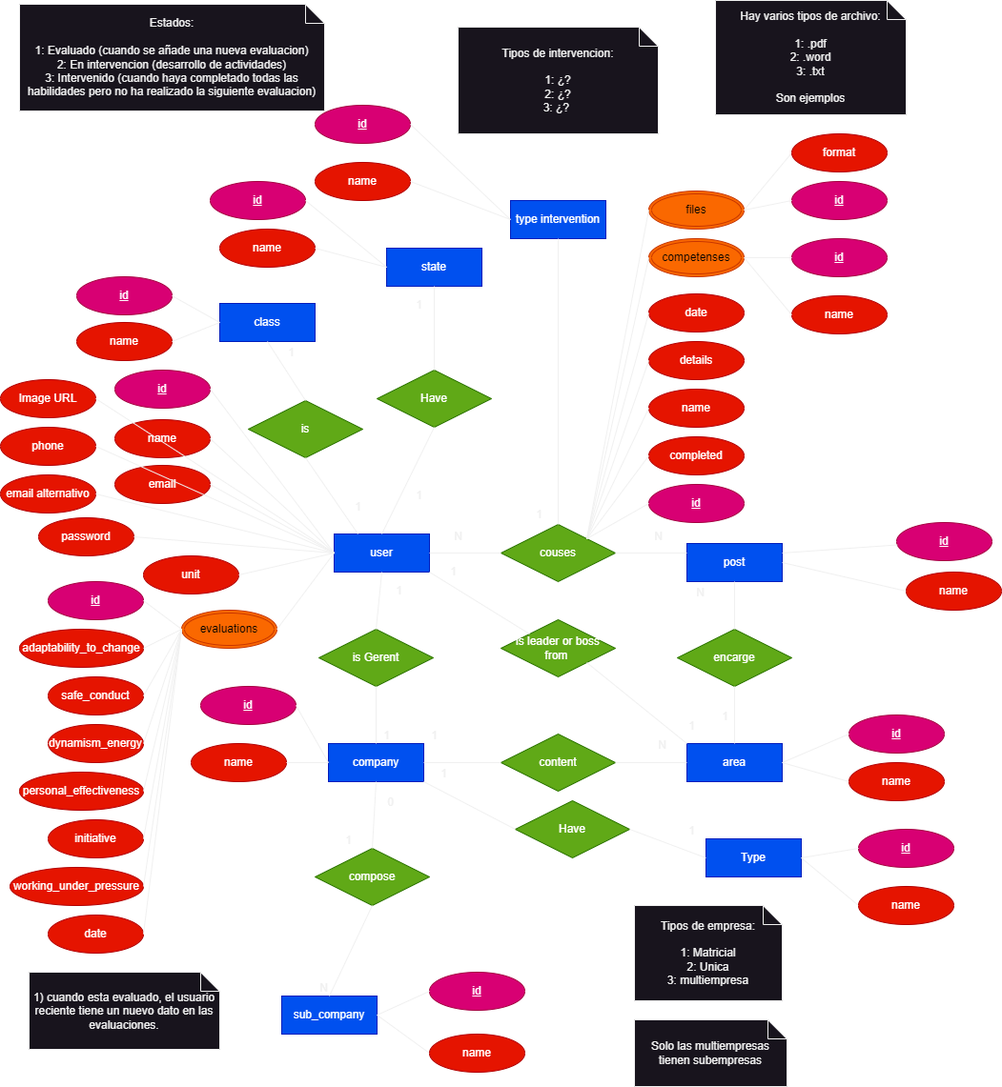
Before: theory/image DB.png, a diagram exported from draw.io (LosTraicionados/LosTraicionados-Backend). Source tidied: cells renumbered, new cells last; positions are measured from the earlier drawing's top-left corner, leaving out a move shared by most shapes.
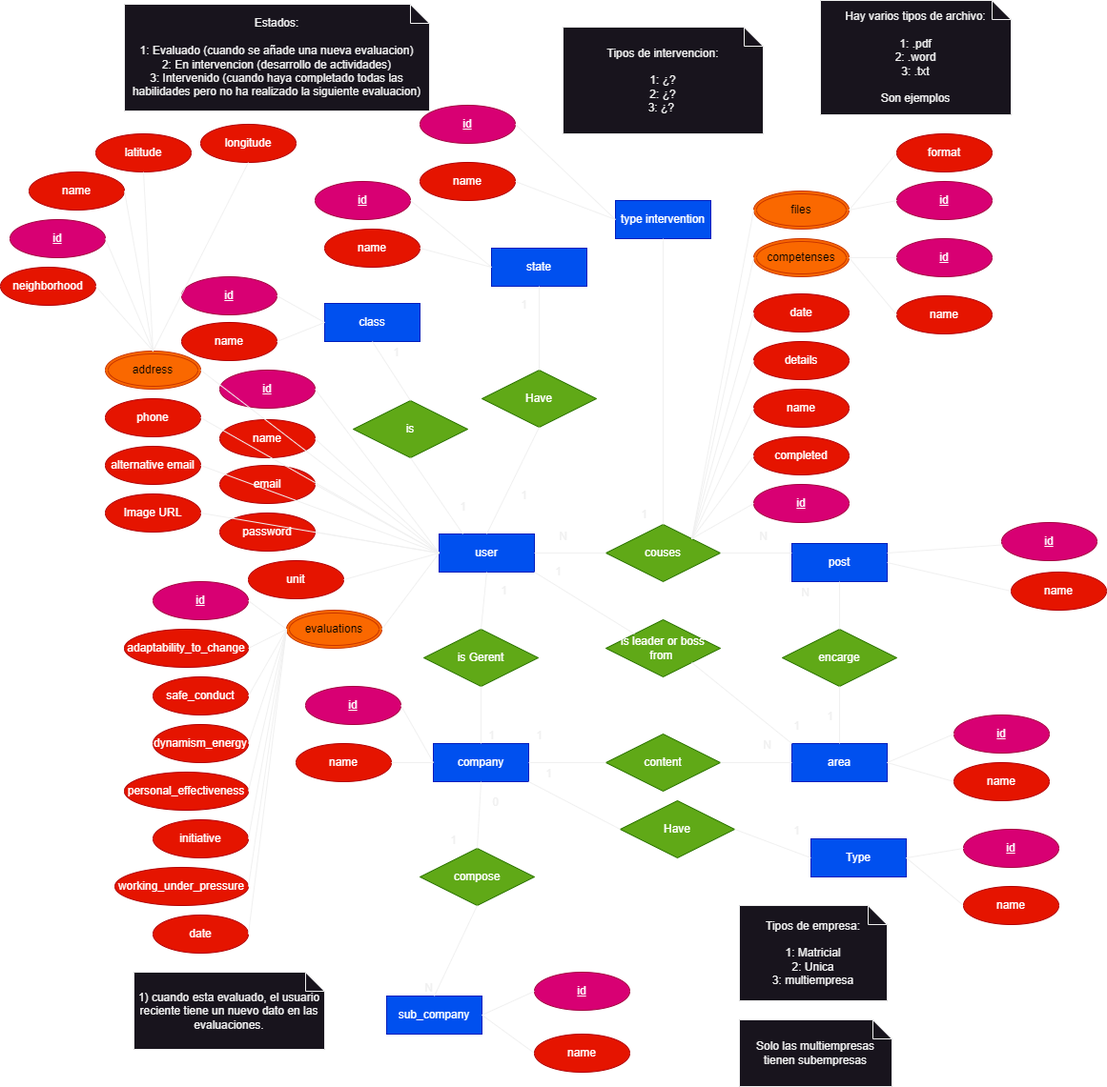
The same file after the commit.

Diff of the diagram source:
```diff
@@ -395,7 +395,7 @@
       <mxGeometry x="120" y="488" width="100" height="40" as="geometry" />
     </mxCell>
     <mxCell id="132" value="password" style="ellipse;whiteSpace=wrap;html=1;align=center;fillColor=#e51400;fontColor=#ffffff;strokeColor=#B20000;fontStyle=0;" parent="1" vertex="1">
-      <mxGeometry x="40" y="543" width="100" height="40" as="geometry" />
+      <mxGeometry x="120" y="538" width="100" height="40" as="geometry" />
     </mxCell>
     <mxCell id="133" style="endArrow=none;html=1;rounded=0;exitX=1;exitY=0.5;exitDx=0;exitDy=0;entryX=0;entryY=0.5;entryDx=0;entryDy=0;" parent="1" edge="1" source="131" target="2">
       <mxGeometry relative="1" as="geometry" />
@@ -404,7 +404,7 @@
       <mxGeometry relative="1" as="geometry" />
     </mxCell>
     <mxCell id="135" value="unit" style="ellipse;whiteSpace=wrap;html=1;align=center;fillColor=#e51400;fontColor=#ffffff;strokeColor=#B20000;fontStyle=0;" parent="1" vertex="1">
-      <mxGeometry x="150" y="583" width="100" height="40" as="geometry" />
+      <mxGeometry x="150" y="588" width="100" height="40" as="geometry" />
     </mxCell>
     <mxCell id="136" style="endArrow=none;html=1;rounded=0;exitX=1;exitY=0.5;exitDx=0;exitDy=0;entryX=0;entryY=0.5;entryDx=0;entryDy=0;" parent="1" edge="1" source="135" target="2">
       <mxGeometry relative="1" as="geometry" />
@@ -441,23 +441,59 @@
     <mxCell id="146" style="endArrow=none;html=1;rounded=0;entryX=0;entryY=0;entryDx=0;entryDy=0;exitX=1;exitY=1;exitDx=0;exitDy=0;" parent="1" edge="1" source="142" target="10">
       <mxGeometry relative="1" as="geometry" />
     </mxCell>
-    <mxCell id="147" value="email alternativo" style="ellipse;whiteSpace=wrap;html=1;align=center;fillColor=#e51400;fontColor=#ffffff;strokeColor=#B20000;fontStyle=0;" parent="1" vertex="1">
-      <mxGeometry y="498" width="100" height="40" as="geometry" />
-    </mxCell>
-    <mxCell id="148" style="endArrow=none;html=1;rounded=0;exitX=1;exitY=0.5;exitDx=0;exitDy=0;entryX=0;entryY=0.5;entryDx=0;entryDy=0;" parent="1" edge="1" source="147" target="2">
-      <mxGeometry relative="1" as="geometry" />
-    </mxCell>
+    <mxCell id="153" value="alternative email" style="ellipse;whiteSpace=wrap;html=1;align=center;fillColor=#e51400;fontColor=#ffffff;strokeColor=#B20000;fontStyle=0;" parent="1" vertex="1">
+      <mxGeometry y="468" width="100" height="40" as="geometry" />
+    </mxCell>
     <mxCell id="149" value="phone" style="ellipse;whiteSpace=wrap;html=1;align=center;fillColor=#e51400;fontColor=#ffffff;strokeColor=#B20000;fontStyle=0;" parent="1" vertex="1">
-      <mxGeometry y="448" width="100" height="40" as="geometry" />
+      <mxGeometry y="418" width="100" height="40" as="geometry" />
     </mxCell>
-    <mxCell id="150" style="endArrow=none;html=1;rounded=0;exitX=1;exitY=0.5;exitDx=0;exitDy=0;entryX=0;entryY=0.5;entryDx=0;entryDy=0;" parent="1" edge="1" source="149" target="2">
-      <mxGeometry relative="1" as="geometry" />
-    </mxCell>
     <mxCell id="151" value="Image URL" style="ellipse;whiteSpace=wrap;html=1;align=center;fillColor=#e51400;fontColor=#ffffff;strokeColor=#B20000;fontStyle=0;" parent="1" vertex="1">
-      <mxGeometry y="398" width="100" height="40" as="geometry" />
+      <mxGeometry y="518" width="100" height="40" as="geometry" />
     </mxCell>
     <mxCell id="152" style="endArrow=none;html=1;rounded=0;exitX=1;exitY=0.5;exitDx=0;exitDy=0;entryX=0;entryY=0.5;entryDx=0;entryDy=0;" parent="1" edge="1" source="151" target="2">
       <mxGeometry relative="1" as="geometry" />
     </mxCell>
+    <mxCell id="154" style="endArrow=none;html=1;rounded=0;exitX=1;exitY=0.5;exitDx=0;exitDy=0;entryX=0;entryY=0.5;entryDx=0;entryDy=0;" parent="1" edge="1" source="153" target="2">
+      <mxGeometry relative="1" as="geometry" />
+    </mxCell>
+    <mxCell id="150" style="endArrow=none;html=1;rounded=0;exitX=1;exitY=0.5;exitDx=0;exitDy=0;entryX=0;entryY=0.5;entryDx=0;entryDy=0;" parent="1" edge="1" source="149" target="2">
+      <mxGeometry relative="1" as="geometry" />
+    </mxCell>
+    <mxCell id="155" value="address" style="ellipse;shape=doubleEllipse;margin=3;whiteSpace=wrap;html=1;align=center;fillColor=#fa6800;fontColor=#000000;strokeColor=#C73500;" parent="1" vertex="1">
+      <mxGeometry y="368" width="100" height="40" as="geometry" />
+    </mxCell>
+    <mxCell id="156" style="endArrow=none;html=1;rounded=0;exitX=1;exitY=0.5;exitDx=0;exitDy=0;entryX=0;entryY=0.5;entryDx=0;entryDy=0;" parent="1" edge="1" source="155" target="2">
+      <mxGeometry relative="1" as="geometry" />
+    </mxCell>
+    <mxCell id="157" value="latitude" style="ellipse;whiteSpace=wrap;html=1;align=center;fillColor=#e51400;fontColor=#ffffff;strokeColor=#B20000;fontStyle=0;" parent="1" vertex="1">
+      <mxGeometry x="-10" y="140" width="100" height="40" as="geometry" />
+    </mxCell>
+    <mxCell id="158" value="longitude" style="ellipse;whiteSpace=wrap;html=1;align=center;fillColor=#e51400;fontColor=#ffffff;strokeColor=#B20000;fontStyle=0;" parent="1" vertex="1">
+      <mxGeometry x="100" y="130" width="100" height="40" as="geometry" />
+    </mxCell>
+    <mxCell id="159" value="name" style="ellipse;whiteSpace=wrap;html=1;align=center;fillColor=#e51400;fontColor=#ffffff;strokeColor=#B20000;fontStyle=0;" parent="1" vertex="1">
+      <mxGeometry x="-80" y="180" width="100" height="40" as="geometry" />
+    </mxCell>
+    <mxCell id="160" value="id" style="ellipse;whiteSpace=wrap;html=1;align=center;fontStyle=4;fillColor=#d80073;fontColor=#ffffff;strokeColor=#A50040;" parent="1" vertex="1">
+      <mxGeometry x="-100" y="230" width="100" height="40" as="geometry" />
+    </mxCell>
+    <mxCell id="161" value="neighborhood" style="ellipse;whiteSpace=wrap;html=1;align=center;fillColor=#e51400;fontColor=#ffffff;strokeColor=#B20000;fontStyle=0;" parent="1" vertex="1">
+      <mxGeometry x="-110" y="280" width="100" height="40" as="geometry" />
+    </mxCell>
+    <mxCell id="162" style="endArrow=none;html=1;rounded=0;entryX=0.5;entryY=1;entryDx=0;entryDy=0;exitX=0.5;exitY=0;exitDx=0;exitDy=0;" parent="1" edge="1" source="155" target="158">
+      <mxGeometry relative="1" as="geometry" />
+    </mxCell>
+    <mxCell id="163" style="endArrow=none;html=1;rounded=0;entryX=0.5;entryY=1;entryDx=0;entryDy=0;exitX=0.5;exitY=0;exitDx=0;exitDy=0;" parent="1" edge="1" source="155" target="157">
+      <mxGeometry relative="1" as="geometry" />
+    </mxCell>
+    <mxCell id="164" style="endArrow=none;html=1;rounded=0;entryX=1;entryY=0.5;entryDx=0;entryDy=0;exitX=0.5;exitY=0;exitDx=0;exitDy=0;" parent="1" edge="1" source="155" target="159">
+      <mxGeometry relative="1" as="geometry" />
+    </mxCell>
+    <mxCell id="165" style="endArrow=none;html=1;rounded=0;entryX=1;entryY=0.5;entryDx=0;entryDy=0;exitX=0.5;exitY=0;exitDx=0;exitDy=0;" parent="1" edge="1" source="155" target="160">
+      <mxGeometry relative="1" as="geometry" />
+    </mxCell>
+    <mxCell id="166" style="endArrow=none;html=1;rounded=0;entryX=1;entryY=0.5;entryDx=0;entryDy=0;exitX=0.5;exitY=0;exitDx=0;exitDy=0;" parent="1" edge="1" source="155" target="161">
+      <mxGeometry relative="1" as="geometry" />
+    </mxCell>
   </root>
 </mxGraphModel>
```
